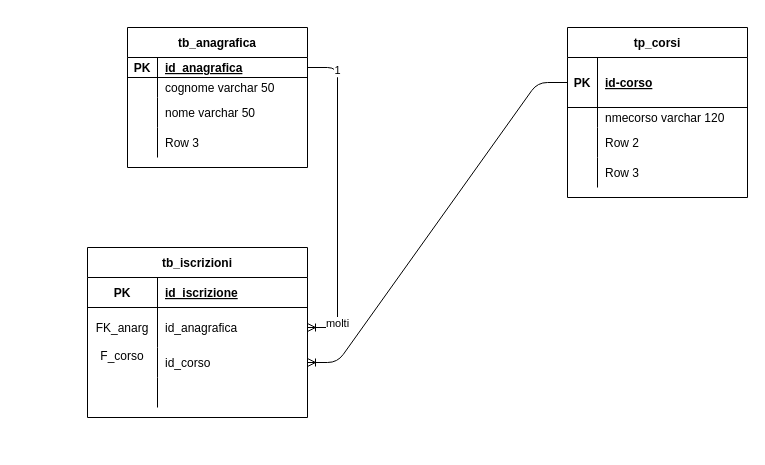
Earlier version of the draw.io diagram Untitled Diagram.drawio (andreabesso/andreabesso). Source tidied: cells renumbered, new cells numbered last; positions are measured from the earlier drawing's top-left corner, leaving out a move shared by most shapes. Both pictures are drawn from the tidied source at 100%, with x=0, y=0 at pixel (87, 27).
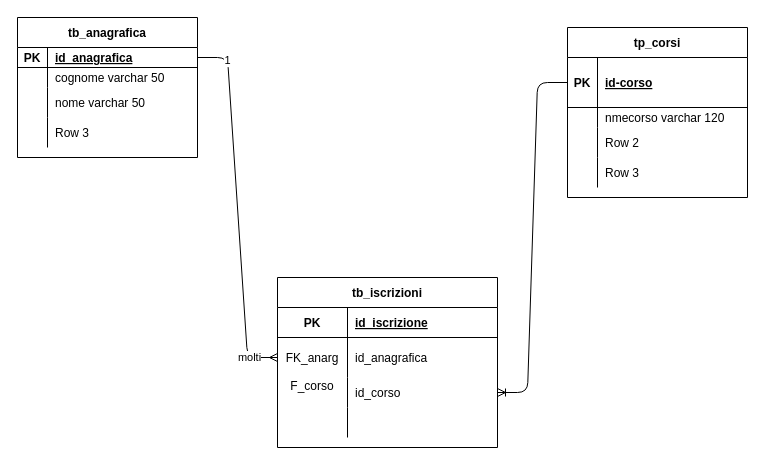
The same diagram, later.

Unchanged cells that the change refers to:
```xml
<mxCell id="3" style="shape=partialRectangle;fillColor=none;top=0;left=0;bottom=1;right=0;points=[[0,0.5],[1,0.5]];portConstraint=eastwest;" parent="2" vertex="1">
  <mxGeometry y="30" width="180" height="20" as="geometry" />
</mxCell>
<mxCell id="16" style="shape=partialRectangle;fillColor=none;top=0;left=0;bottom=1;right=0;points=[[0,0.5],[1,0.5]];portConstraint=eastwest;" parent="15" vertex="1">
  <mxGeometry y="30" width="180" height="50" as="geometry" />
</mxCell>
<mxCell id="32" style="shape=partialRectangle;fillColor=none;top=0;left=0;bottom=0;right=0;points=[[0,0.5],[1,0.5]];portConstraint=eastwest;" parent="28" vertex="1">
  <mxGeometry y="60" width="220" height="40" as="geometry" />
</mxCell>
<mxCell id="35" style="shape=partialRectangle;fillColor=none;top=0;left=0;bottom=0;right=0;points=[[0,0.5],[1,0.5]];portConstraint=eastwest;" parent="28" vertex="1">
  <mxGeometry y="100" width="220" height="30" as="geometry" />
</mxCell>
```

Change to the diagram source:
```diff
@@
     <mxCell id="2" value="tb_anagrafica" style="shape=table;startSize=30;childLayout=tableLayout;rowLines=0;fontStyle=1;align=center;" parent="1" vertex="1">
-      <mxGeometry x="40" width="180" height="140" as="geometry" />
+      <mxGeometry x="-70" y="-10" width="180" height="140" as="geometry" />
     </mxCell>
@@
     <mxCell id="28" value="tb_iscrizioni" style="shape=table;startSize=30;childLayout=tableLayout;rowLines=0;fontStyle=1;align=center;" parent="1" vertex="1">
-      <mxGeometry y="220" width="220" height="170" as="geometry" />
+      <mxGeometry x="190" y="250" width="220" height="170" as="geometry" />
     </mxCell>
@@
-    <mxCell id="41" style="edgeStyle=entityRelationEdgeStyle;fontSize=12;html=1;endArrow=ERoneToMany;entryX=1;entryY=0.5;entryDx=0;entryDy=0;" parent="1" edge="1" target="32">
-      <mxGeometry relative="1" as="geometry">
-        <mxPoint x="220" y="40" as="sourcePoint" />
-      </mxGeometry>
-    </mxCell>
+    <mxCell id="44" style="edgeStyle=entityRelationEdgeStyle;fontSize=12;html=1;endArrow=ERoneToMany;exitX=0;exitY=0.5;exitDx=0;exitDy=0;entryX=1;entryY=0.5;entryDx=0;entryDy=0;" parent="1" edge="1" source="16" target="35">
+      <mxGeometry relative="1" as="geometry" />
+    </mxCell>
+    <mxCell id="45" style="edgeStyle=entityRelationEdgeStyle;fontSize=12;html=1;endArrow=ERmany;exitX=1;exitY=0.5;exitDx=0;exitDy=0;entryX=0;entryY=0.5;entryDx=0;entryDy=0;" parent="1" edge="1" source="3" target="32">
+      <mxGeometry relative="1" as="geometry" />
+    </mxCell>
+    <mxCell id="43" value="1&lt;br&gt;" style="edgeLabel;html=1;align=center;verticalAlign=middle;" parent="45" vertex="1">
+      <mxGeometry x="-0.82" y="-1" relative="1" as="geometry" />
+    </mxCell>
-    <mxCell id="42" value="molti&lt;br&gt;" style="edgeLabel;html=1;align=center;verticalAlign=middle;" parent="41" vertex="1">
-      <mxGeometry x="0.78" y="-1" relative="1" as="geometry" />
+    <mxCell id="42" value="molti" style="edgeLabel;html=1;align=center;verticalAlign=middle;" parent="45" vertex="1">
+      <mxGeometry x="0.84" y="1" relative="1" as="geometry" />
     </mxCell>
-    <mxCell id="43" value="1" style="edgeLabel;html=1;align=center;verticalAlign=middle;" parent="41" vertex="1">
-      <mxGeometry x="-0.82" y="-2" relative="1" as="geometry" />
-    </mxCell>
-    <mxCell id="44" style="edgeStyle=entityRelationEdgeStyle;fontSize=12;html=1;endArrow=ERoneToMany;exitX=0;exitY=0.5;exitDx=0;exitDy=0;entryX=1;entryY=0.5;entryDx=0;entryDy=0;" parent="1" edge="1" source="16" target="35">
-      <mxGeometry relative="1" as="geometry" />
-    </mxCell>
```
